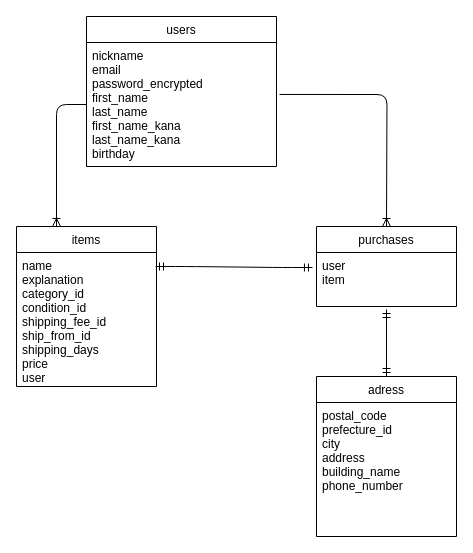
The draw.io diagram ER.dio in phnii/furima-36773, before the edit. Source tidied: cells renumbered, new cells numbered last; positions are measured from the earlier drawing's top-left corner, leaving out a move shared by most shapes. Both pictures are drawn from the tidied source at 100%, with x=0, y=0 at pixel (16, 16).
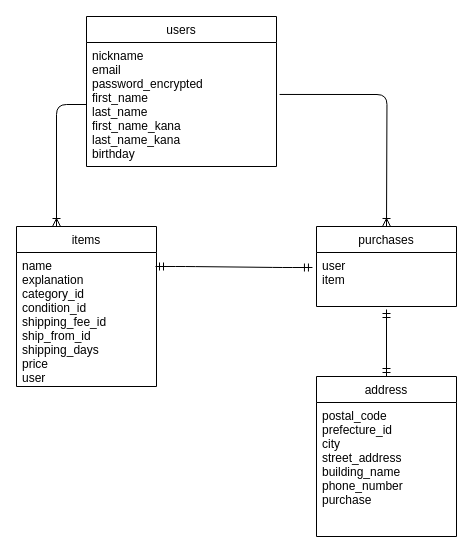
The same page after the edit.

The edit, as a diff of the source:
```diff
@@
 <mxGraphModel>
   <root>
     <mxCell id="0" />
     <mxCell id="1" parent="0" />
     <mxCell id="2" value="users" style="swimlane;fontStyle=0;horizontal=1;startSize=26;" parent="1" vertex="1">
       <mxGeometry x="70" width="190" height="150" as="geometry" />
     </mxCell>
     <mxCell id="3" value="nickname&#10;email&#10;password_encrypted&#10;first_name&#10;last_name&#10;first_name_kana&#10;last_name_kana&#10;birthday" style="text;strokeColor=none;fillColor=none;align=left;verticalAlign=top;spacingLeft=4;spacingRight=4;overflow=hidden;points=[[0,0.5],[1,0.5]];portConstraint=eastwest;spacingTop=0;spacingBottom=0;" parent="2" vertex="1">
       <mxGeometry y="26" width="190" height="124" as="geometry" />
     </mxCell>
     <mxCell id="4" value="items" style="swimlane;fontStyle=0;horizontal=1;startSize=26;" parent="1" vertex="1">
       <mxGeometry y="210" width="140" height="160" as="geometry" />
     </mxCell>
     <mxCell id="5" value="name&#10;explanation&#10;category_id&#10;condition_id&#10;shipping_fee_id&#10;ship_from_id&#10;shipping_days&#10;price&#10;user" style="text;strokeColor=none;fillColor=none;align=left;verticalAlign=top;spacingLeft=4;spacingRight=4;overflow=hidden;" parent="4" vertex="1">
       <mxGeometry y="26" width="140" height="134" as="geometry" />
     </mxCell>
     <mxCell id="6" style="fontSize=12;html=1;endArrow=ERoneToMany;fontColor=#f0f0f0;exitX=1.016;exitY=0.419;exitDx=0;exitDy=0;exitPerimeter=0;edgeStyle=orthogonalEdgeStyle;" parent="1" edge="1" source="3">
       <mxGeometry relative="1" as="geometry">
         <mxPoint x="370" y="210" as="targetPoint" />
       </mxGeometry>
     </mxCell>
     <mxCell id="7" style="fontSize=12;html=1;endArrow=ERoneToMany;fontColor=#f0f0f0;exitX=0;exitY=0.5;exitDx=0;exitDy=0;edgeStyle=elbowEdgeStyle;elbow=vertical;" parent="1" edge="1" source="3">
       <mxGeometry relative="1" as="geometry">
         <mxPoint x="40" y="210" as="targetPoint" />
         <Array as="points">
           <mxPoint x="30" y="88" />
         </Array>
       </mxGeometry>
     </mxCell>
-    <mxCell id="8" value="adress" style="swimlane;fontStyle=0;horizontal=1;startSize=26;" parent="1" vertex="1">
+    <mxCell id="8" value="address" style="swimlane;fontStyle=0;horizontal=1;startSize=26;" parent="1" vertex="1">
       <mxGeometry x="300" y="360" width="140" height="160" as="geometry" />
     </mxCell>
-    <mxCell id="9" value="postal_code&#10;prefecture_id&#10;city&#10;address&#10;building_name&#10;phone_number" style="text;strokeColor=none;fillColor=none;align=left;verticalAlign=top;spacingLeft=4;spacingRight=4;overflow=hidden;" parent="8" vertex="1">
+    <mxCell id="9" value="postal_code&#10;prefecture_id&#10;city&#10;street_address&#10;building_name&#10;phone_number&#10;purchase" style="text;strokeColor=none;fillColor=none;align=left;verticalAlign=top;spacingLeft=4;spacingRight=4;overflow=hidden;" parent="8" vertex="1">
       <mxGeometry y="26" width="140" height="134" as="geometry" />
     </mxCell>
     <mxCell id="10" value="purchases" style="swimlane;fontStyle=0;horizontal=1;startSize=26;" parent="1" vertex="1">
       <mxGeometry x="300" y="210" width="140" height="80" as="geometry" />
     </mxCell>
     <mxCell id="11" value="user&#10;item" style="text;strokeColor=none;fillColor=none;align=left;verticalAlign=top;spacingLeft=4;spacingRight=4;overflow=hidden;points=[[0,0.5],[1,0.5]];portConstraint=eastwest;" parent="10" vertex="1">
       <mxGeometry y="26" width="140" height="54" as="geometry" />
     </mxCell>
     <mxCell id="12" style="fontSize=12;html=1;endArrow=ERmandOne;startArrow=ERmandOne;entryX=0.5;entryY=0;entryDx=0;entryDy=0;" parent="1" edge="1" target="8">
       <mxGeometry relative="1" as="geometry">
         <mxPoint x="370" y="293" as="sourcePoint" />
       </mxGeometry>
     </mxCell>
     <mxCell id="13" style="edgeStyle=entityRelationEdgeStyle;fontSize=12;html=1;endArrow=ERmandOne;startArrow=ERmandOne;entryX=-0.029;entryY=0.278;entryDx=0;entryDy=0;entryPerimeter=0;" parent="1" edge="1" target="11">
       <mxGeometry relative="1" as="geometry">
         <mxPoint x="139" y="250" as="sourcePoint" />
       </mxGeometry>
     </mxCell>
   </root>
 </mxGraphModel>
```
